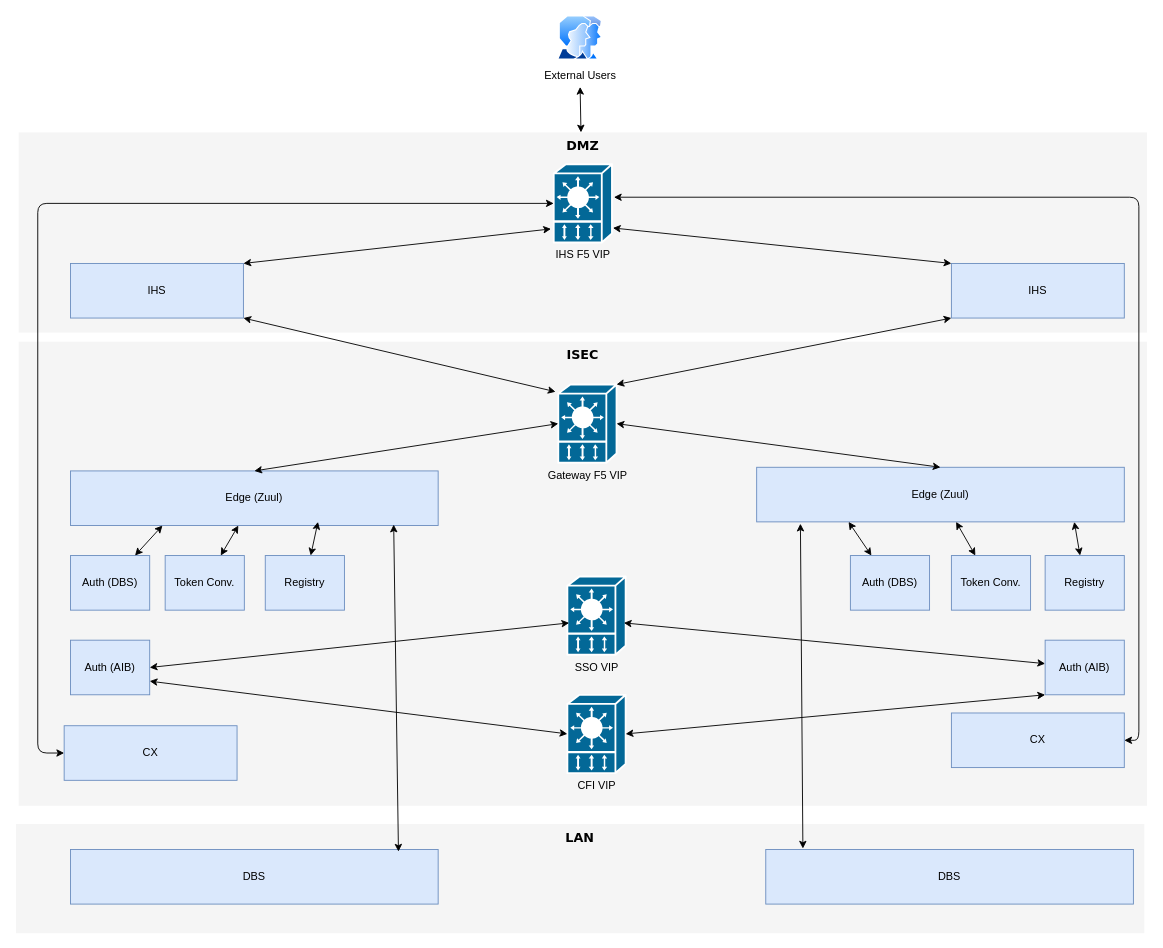
Before: src/main/resources/topology.drawio in hughrossdublin/cardsproxy, a draw.io diagram. Source tidied: cells renumbered, new cells numbered last; positions are measured from the earlier drawing's top-left corner, leaving out a move shared by most shapes. Both pictures are drawn from the tidied source at 91%, with x=0, y=0 at pixel (15, 15).
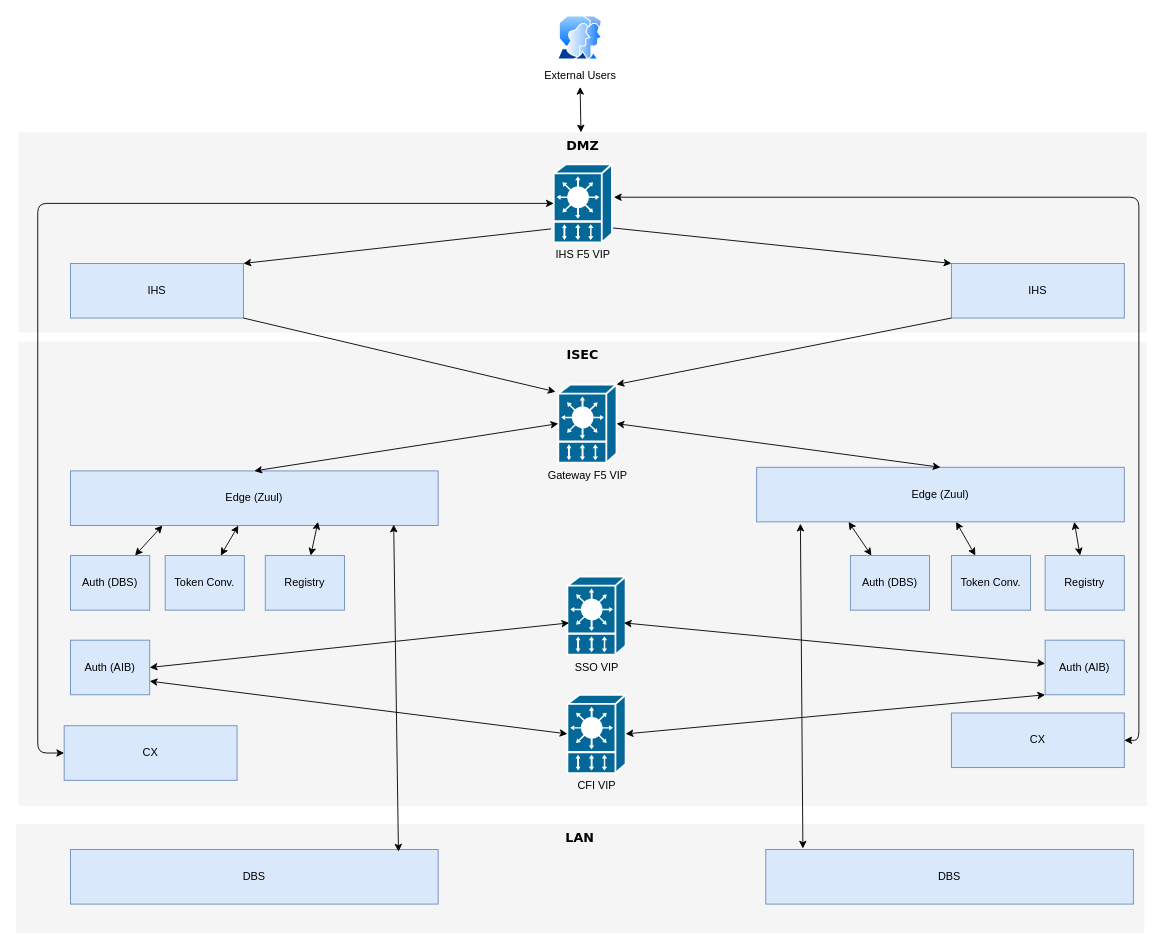
The same diagram, later.

Unchanged cells that the change refers to:
```xml
<mxCell id="4" value="IHS F5 VIP" style="shape=mxgraph.cisco.misc.vip;html=1;dashed=0;fillColor=#036897;strokeColor=#ffffff;strokeWidth=2;verticalLabelPosition=bottom;verticalAlign=top;" parent="1" vertex="1">
  <mxGeometry x="591" y="163" width="64" height="86" as="geometry" />
</mxCell>
<mxCell id="6" value="IHS" style="rounded=0;whiteSpace=wrap;html=1;fillColor=#dae8fc;strokeColor=#6c8ebf;" parent="1" vertex="1">
  <mxGeometry x="60" y="272" width="190" height="60" as="geometry" />
</mxCell>
<mxCell id="7" value="IHS" style="rounded=0;whiteSpace=wrap;html=1;strokeColor=#6c8ebf;fillColor=#dae8fc;" parent="1" vertex="1">
  <mxGeometry x="1028" y="272" width="190" height="60" as="geometry" />
</mxCell>
<mxCell id="11" value="Gateway F5 VIP" style="shape=mxgraph.cisco.misc.vip;html=1;dashed=0;fillColor=#036897;strokeColor=#ffffff;strokeWidth=2;verticalLabelPosition=bottom;verticalAlign=top;" parent="1" vertex="1">
  <mxGeometry x="596" y="405" width="64" height="86" as="geometry" />
</mxCell>
```

Diff of the diagram source:
```diff
@@
-    <mxCell id="17" style="endArrow=classic;startArrow=classic;html=1;entryX=1.016;entryY=0.814;entryDx=0;entryDy=0;entryPerimeter=0;exitX=0;exitY=0;exitDx=0;exitDy=0;" parent="1" edge="1" source="7" target="4">
+    <mxCell id="17" style="endArrow=none;startArrow=classic;html=1;entryX=1.016;entryY=0.814;entryDx=0;entryDy=0;entryPerimeter=0;exitX=0;exitY=0;exitDx=0;exitDy=0;startFill=1;endFill=0;" parent="1" edge="1" source="7" target="4">
       <mxGeometry relative="1" as="geometry" />
     </mxCell>
-    <mxCell id="18" style="endArrow=classic;startArrow=classic;html=1;entryX=1;entryY=0;entryDx=0;entryDy=0;exitX=-0.047;exitY=0.826;exitDx=0;exitDy=0;exitPerimeter=0;" parent="1" edge="1" source="4" target="6">
+    <mxCell id="18" style="endArrow=classic;startArrow=none;html=1;entryX=1;entryY=0;entryDx=0;entryDy=0;exitX=-0.047;exitY=0.826;exitDx=0;exitDy=0;exitPerimeter=0;startFill=0;" parent="1" edge="1" source="4" target="6">
       <mxGeometry relative="1" as="geometry" />
     </mxCell>
-    <mxCell id="19" style="endArrow=classic;startArrow=classic;html=1;entryX=1;entryY=1;entryDx=0;entryDy=0;exitX=-0.047;exitY=0.093;exitDx=0;exitDy=0;exitPerimeter=0;" parent="1" edge="1" source="11" target="6">
+    <mxCell id="19" style="endArrow=none;startArrow=classic;html=1;entryX=1;entryY=1;entryDx=0;entryDy=0;exitX=-0.047;exitY=0.093;exitDx=0;exitDy=0;exitPerimeter=0;endFill=0;startFill=1;" parent="1" edge="1" source="11" target="6">
       <mxGeometry relative="1" as="geometry" />
     </mxCell>
-    <mxCell id="20" style="endArrow=classic;startArrow=classic;html=1;entryX=0;entryY=1;entryDx=0;entryDy=0;exitX=1;exitY=0;exitDx=0;exitDy=0;exitPerimeter=0;" parent="1" edge="1" source="11" target="7">
+    <mxCell id="20" style="endArrow=none;startArrow=classic;html=1;entryX=0;entryY=1;entryDx=0;entryDy=0;exitX=1;exitY=0;exitDx=0;exitDy=0;exitPerimeter=0;endFill=0;startFill=1;" parent="1" edge="1" source="11" target="7">
       <mxGeometry relative="1" as="geometry" />
     </mxCell>
```
